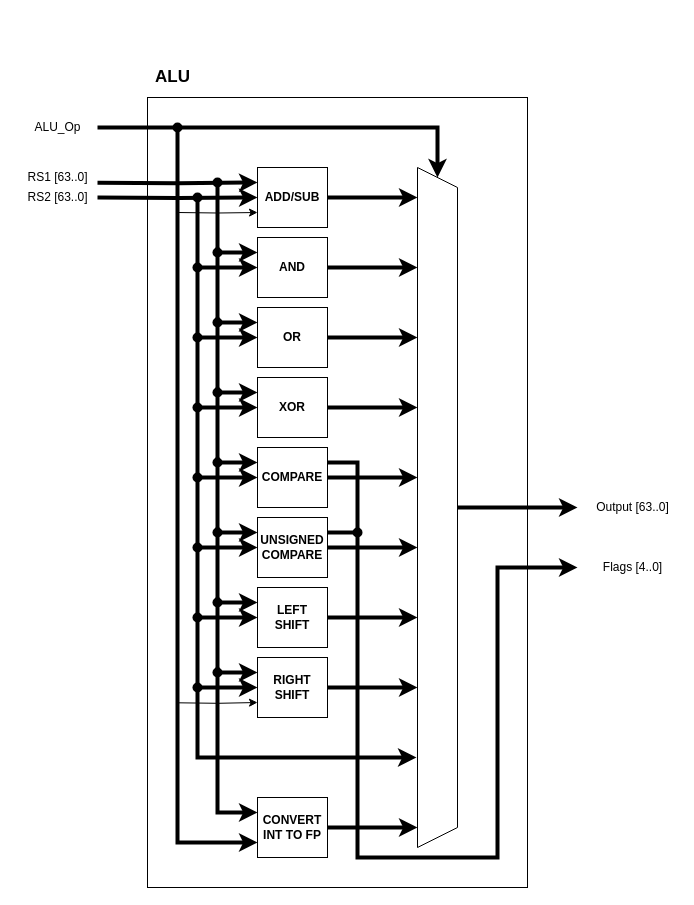
Earlier version of the draw.io diagram page "ALU" (13 of 14) of Diagrams/RV64IF.drawio (hohaicongthuan/Project-2). Source tidied: cells renumbered, new cells numbered last; positions are measured from the earlier drawing's top-left corner, leaving out a move shared by most shapes. Both pictures are drawn from the tidied source at 100%, with x=0, y=0 at pixel (17, 67).
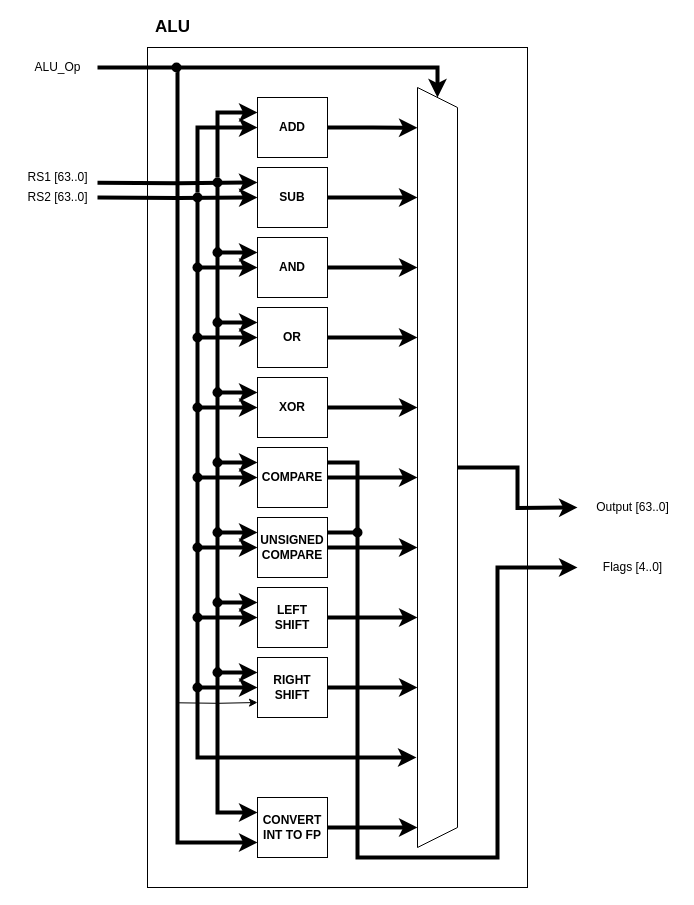
After the change.

Unchanged cells that the change refers to:
```xml
<mxCell id="38" value="&lt;b&gt;CONVERT INT TO FP&lt;br&gt;&lt;/b&gt;" style="rounded=0;whiteSpace=wrap;html=1;" parent="1" vertex="1">
  <mxGeometry x="240" y="730" width="70" height="60" as="geometry" />
</mxCell>
<mxCell id="53" style="ellipse;whiteSpace=wrap;html=1;fillColor=#000000;strokeColor=none;" parent="1" vertex="1">
  <mxGeometry x="195" y="110" width="10" height="10" as="geometry" />
</mxCell>
<mxCell id="54" style="ellipse;whiteSpace=wrap;html=1;fillColor=#000000;strokeColor=none;" parent="1" vertex="1">
  <mxGeometry x="175" y="125" width="10" height="10" as="geometry" />
</mxCell>
```

Change to the diagram source:
```diff
@@
     <mxCell id="2" style="rounded=0;whiteSpace=wrap;html=1;fillColor=#FFFFFF;" parent="1" vertex="1">
-      <mxGeometry x="130" y="30" width="380" height="790" as="geometry" />
+      <mxGeometry x="130" y="-20" width="380" height="840" as="geometry" />
     </mxCell>
@@
-    <mxCell id="6" style="edgeStyle=orthogonalEdgeStyle;rounded=0;jettySize=auto;html=1;exitX=0;exitY=0.75;exitDx=0;exitDy=0;strokeWidth=1;entryX=0;entryY=0.75;entryDx=0;entryDy=0;" parent="1" edge="1" target="7">
-      <mxGeometry relative="1" as="geometry">
-        <mxPoint x="160" y="145" as="sourcePoint" />
-      </mxGeometry>
-    </mxCell>
-    <mxCell id="7" value="&lt;b&gt;ADD/SUB&lt;/b&gt;" style="rounded=0;whiteSpace=wrap;html=1;" parent="1" vertex="1">
+    <mxCell id="7" value="&lt;b&gt;SUB&lt;/b&gt;" style="rounded=0;whiteSpace=wrap;html=1;" parent="1" vertex="1">
       <mxGeometry x="240" y="100" width="70" height="60" as="geometry" />
     </mxCell>
@@
-    <mxCell id="37" style="edgeStyle=orthogonalEdgeStyle;rounded=0;jettySize=auto;html=1;exitX=0;exitY=0.75;exitDx=0;exitDy=0;strokeWidth=4;entryX=0;entryY=0.75;entryDx=0;entryDy=0;" parent="1" edge="1" target="38">
+    <mxCell id="37" style="edgeStyle=orthogonalEdgeStyle;rounded=0;jettySize=auto;html=1;exitX=0.5;exitY=1;exitDx=0;exitDy=0;strokeWidth=4;entryX=0;entryY=0.75;entryDx=0;entryDy=0;" parent="1" edge="1" source="52" target="38">
       <mxGeometry relative="1" as="geometry">
-        <mxPoint x="160" y="60" as="sourcePoint" />
         <Array as="points">
+          <mxPoint x="160" y="5" />
           <mxPoint x="160" y="775" />
         </Array>
       </mxGeometry>
     </mxCell>
@@
-    <mxCell id="45" style="edgeStyle=orthogonalEdgeStyle;rounded=0;jettySize=auto;html=1;exitX=0;exitY=0.5;exitDx=0;exitDy=0;strokeWidth=4;entryX=0;entryY=0.5;entryDx=0;entryDy=0;" parent="1" edge="1" target="46">
+    <mxCell id="45" style="edgeStyle=orthogonalEdgeStyle;rounded=0;jettySize=auto;html=1;strokeWidth=4;entryX=0;entryY=0.5;entryDx=0;entryDy=0;" parent="1" edge="1" target="46">
       <mxGeometry relative="1" as="geometry">
-        <mxPoint x="80" y="60" as="sourcePoint" />
+        <mxPoint x="80" as="sourcePoint" />
         <Array as="points">
-          <mxPoint x="420" y="60" />
+          <mxPoint x="80" />
+          <mxPoint x="420" />
         </Array>
       </mxGeometry>
     </mxCell>
     <mxCell id="46" style="shape=trapezoid;perimeter=trapezoidPerimeter;whiteSpace=wrap;html=1;fixedSize=1;direction=south;" parent="1" vertex="1">
-      <mxGeometry x="400" y="100" width="40" height="680" as="geometry" />
+      <mxGeometry x="400" y="20" width="40" height="760" as="geometry" />
     </mxCell>
@@
     <mxCell id="49" value="ALU_Op" style="text;html=1;align=center;verticalAlign=middle;strokeColor=none;fillColor=none;" parent="1" vertex="1">
-      <mxGeometry x="10" y="50" width="60" height="20" as="geometry" />
+      <mxGeometry x="10" y="-10" width="60" height="20" as="geometry" />
     </mxCell>
@@
     <mxCell id="52" style="ellipse;whiteSpace=wrap;html=1;fillColor=#000000;strokeColor=none;" parent="1" vertex="1">
-      <mxGeometry x="155" y="55" width="10" height="10" as="geometry" />
+      <mxGeometry x="154" y="-5" width="10" height="10" as="geometry" />
     </mxCell>
@@
     <mxCell id="70" value="&lt;b&gt;&lt;font style=&quot;font-size: 17px&quot;&gt;ALU&lt;/font&gt;&lt;/b&gt;" style="text;html=1;align=center;verticalAlign=middle;strokeColor=none;fillColor=none;" parent="1" vertex="1">
-      <mxGeometry x="130" width="50" height="20" as="geometry" />
+      <mxGeometry x="130" y="-50" width="50" height="20" as="geometry" />
     </mxCell>
+    <mxCell id="71" style="edgeStyle=orthogonalEdgeStyle;rounded=0;jettySize=auto;html=1;exitX=0.5;exitY=0;exitDx=0;exitDy=0;entryX=0;entryY=0.25;entryDx=0;entryDy=0;strokeWidth=4;" parent="1" edge="1" source="53" target="74">
+      <mxGeometry relative="1" as="geometry" />
+    </mxCell>
+    <mxCell id="72" style="edgeStyle=orthogonalEdgeStyle;rounded=0;jettySize=auto;html=1;exitX=0.5;exitY=0;exitDx=0;exitDy=0;entryX=0;entryY=0.5;entryDx=0;entryDy=0;strokeWidth=4;" parent="1" edge="1" source="54" target="74">
+      <mxGeometry relative="1" as="geometry" />
+    </mxCell>
+    <mxCell id="73" style="edgeStyle=orthogonalEdgeStyle;rounded=0;jettySize=auto;html=1;exitX=1;exitY=0.5;exitDx=0;exitDy=0;entryX=0.053;entryY=1;entryDx=0;entryDy=0;entryPerimeter=0;strokeWidth=4;" parent="1" edge="1" source="74" target="46">
+      <mxGeometry relative="1" as="geometry" />
+    </mxCell>
+    <mxCell id="74" value="&lt;b&gt;ADD&lt;/b&gt;" style="rounded=0;whiteSpace=wrap;html=1;" parent="1" vertex="1">
+      <mxGeometry x="240" y="30" width="70" height="60" as="geometry" />
+    </mxCell>
```
